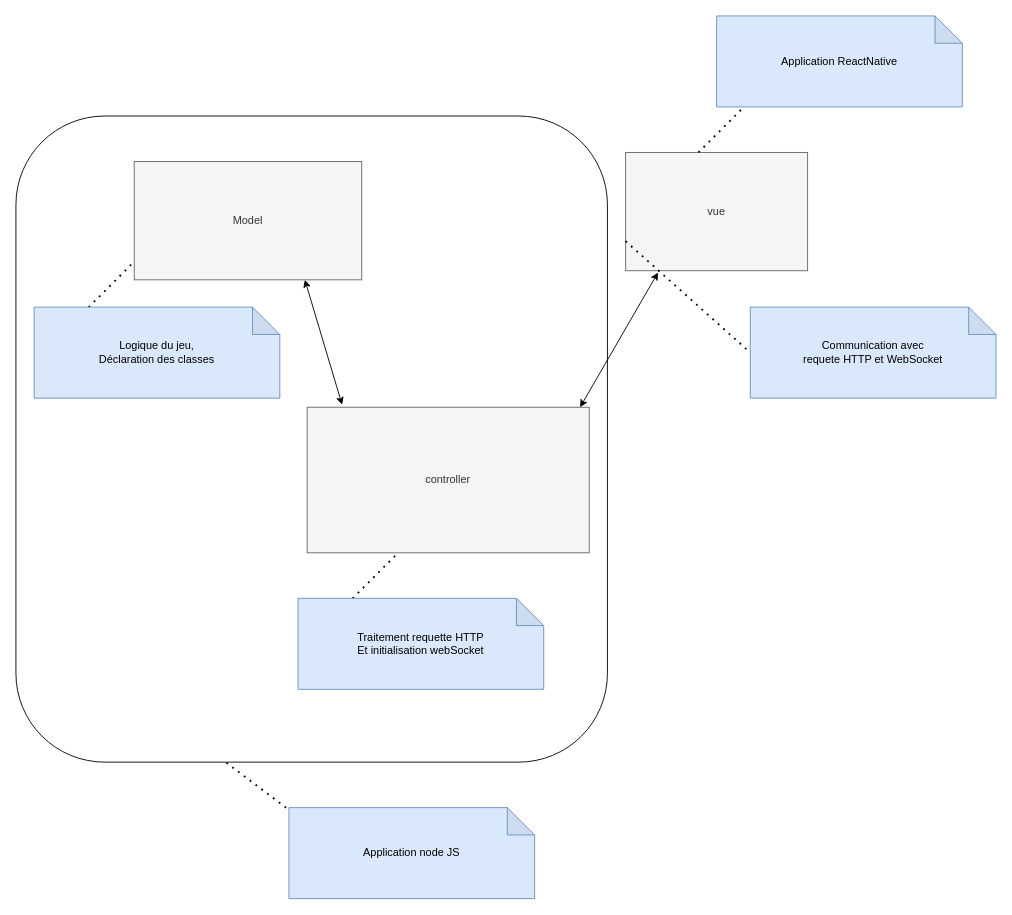
Above: documentation/mvc.drawio in gfhuth/werewolf (draw.io), before the change. Source tidied: cells renumbered, new cells numbered last; positions are measured from the earlier drawing's top-left corner, leaving out a move shared by most shapes. Both pictures are drawn from the tidied source at 91%, with x=0, y=0 at pixel (15, 15).
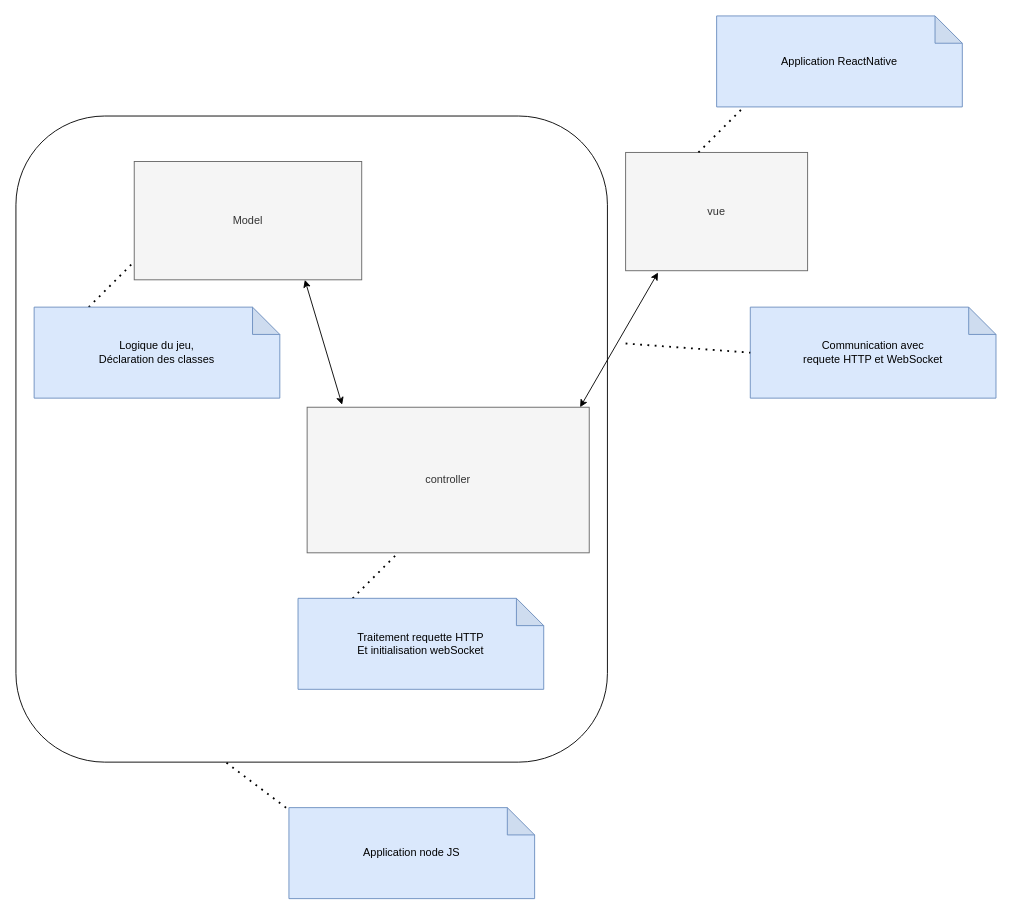
The same diagram, later.

Commit message:
mvc diagramme

The change refers to these unchanged cells:
```xml
<mxCell id="4" value="vue" style="rounded=0;whiteSpace=wrap;html=1;fillColor=#f5f5f5;fontColor=#333333;strokeColor=#666666;" parent="1" vertex="1">
  <mxGeometry x="670" y="150" width="200" height="130" as="geometry" />
</mxCell>
<mxCell id="7" value="&lt;font color=&quot;#000000&quot;&gt;Communication avec&lt;br&gt;requete HTTP et WebSocket&lt;/font&gt;" style="shape=note;whiteSpace=wrap;html=1;backgroundOutline=1;darkOpacity=0.05;fillColor=#dae8fc;strokeColor=#6c8ebf;" parent="1" vertex="1">
  <mxGeometry x="807" y="320" width="270" height="100" as="geometry" />
</mxCell>
```

Change to the diagram source:
```diff
@@
-    <mxCell id="8" style="endArrow=none;dashed=1;html=1;dashPattern=1 3;strokeWidth=2;fontColor=#000000;entryX=0;entryY=0.5;entryDx=0;entryDy=0;entryPerimeter=0;exitX=0;exitY=0.75;exitDx=0;exitDy=0;" parent="1" edge="1" source="4" target="7">
-      <mxGeometry relative="1" as="geometry" />
+    <mxCell id="8" style="endArrow=none;dashed=1;html=1;dashPattern=1 3;strokeWidth=2;fontColor=#000000;entryX=0;entryY=0.5;entryDx=0;entryDy=0;entryPerimeter=0;" parent="1" edge="1" target="7">
+      <mxGeometry relative="1" as="geometry">
+        <mxPoint x="670" y="360" as="sourcePoint" />
+      </mxGeometry>
     </mxCell>
```
